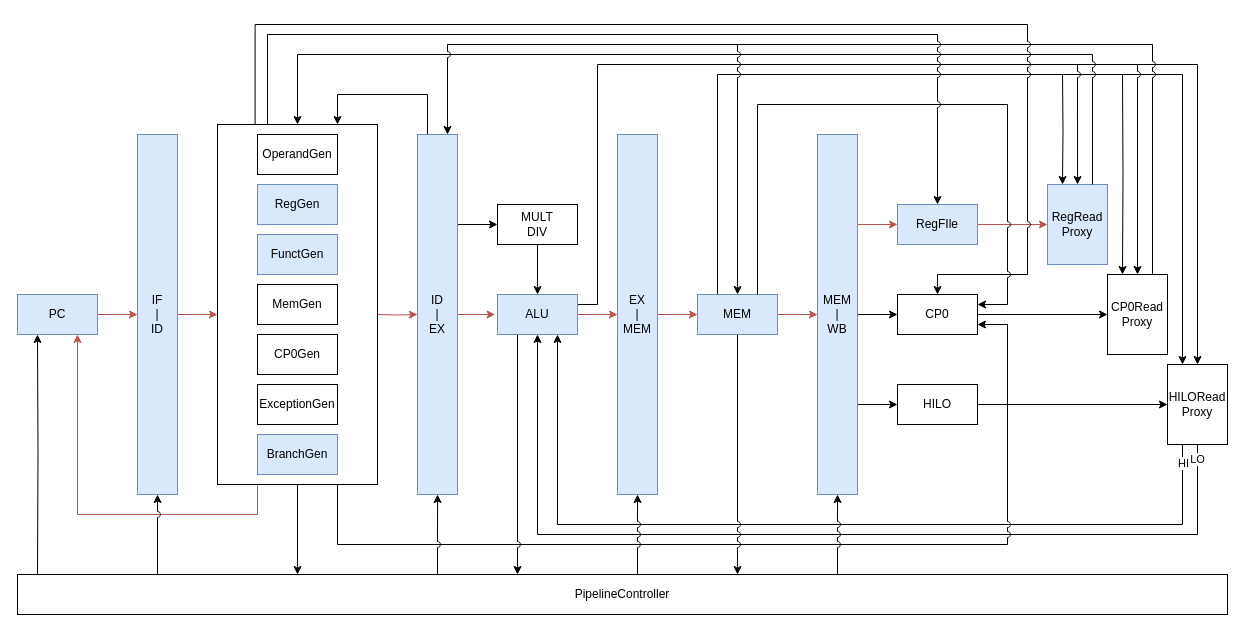
This is CS/ExternMIPS/分支跳转指令/J.drawio from umiskky/Diagrams, a draw.io file, before an edit. Source tidied: cells renumbered, new cells numbered last; positions are measured from the earlier drawing's top-left corner, leaving out a move shared by most shapes. Both pictures are drawn from the tidied source at 100%, with x=0, y=0 at pixel (17, 24).
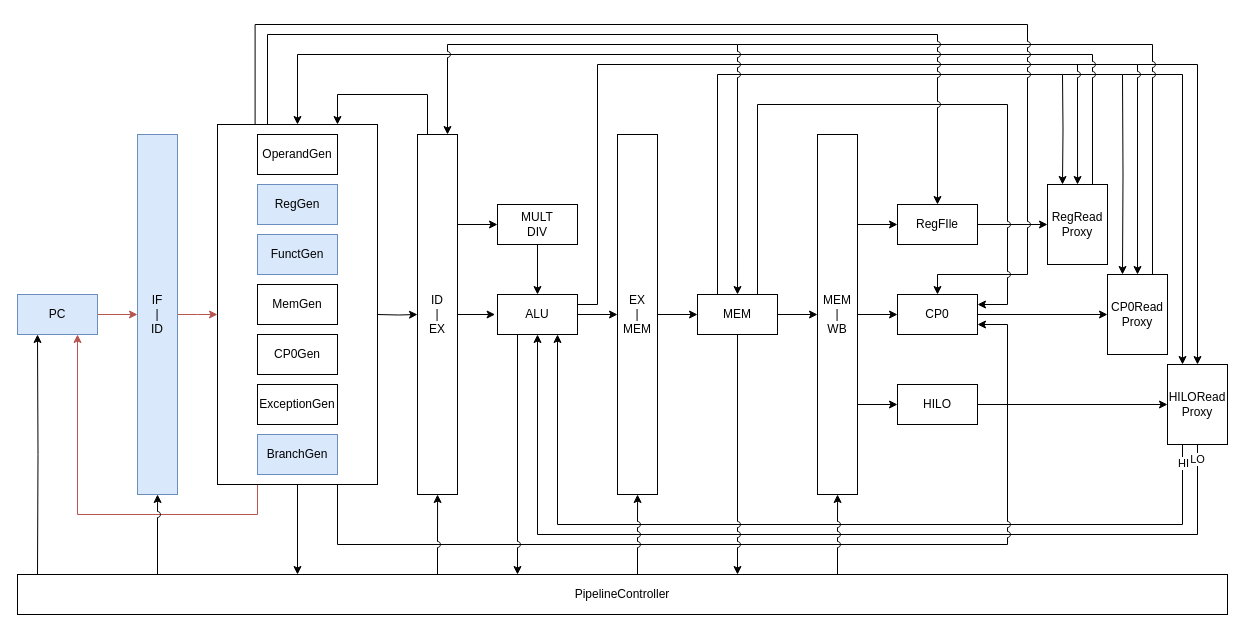
After the change.

Change to the diagram source:
```diff
@@
-    <mxCell id="22" style="edgeStyle=orthogonalEdgeStyle;rounded=0;jettySize=auto;html=1;exitX=1;exitY=0.5;exitDx=0;exitDy=0;entryX=-0.03;entryY=0.482;entryDx=0;entryDy=0;entryPerimeter=0;fillColor=#f8cecc;strokeColor=#b85450;" parent="1" edge="1" source="25" target="40">
+    <mxCell id="22" style="edgeStyle=orthogonalEdgeStyle;rounded=0;jettySize=auto;html=1;exitX=1;exitY=0.5;exitDx=0;exitDy=0;entryX=-0.03;entryY=0.482;entryDx=0;entryDy=0;entryPerimeter=0;" parent="1" edge="1" source="25" target="40">
       <mxGeometry relative="1" as="geometry" />
     </mxCell>
@@
-    <mxCell id="25" value="ID&lt;br&gt;|&lt;br&gt;EX" style="rounded=0;whiteSpace=wrap;html=1;fillColor=#dae8fc;strokeColor=#6c8ebf;" parent="1" vertex="1">
+    <mxCell id="25" value="ID&lt;br&gt;|&lt;br&gt;EX" style="rounded=0;whiteSpace=wrap;html=1;" parent="1" vertex="1">
       <mxGeometry x="400" y="110" width="40" height="360" as="geometry" />
     </mxCell>
-    <mxCell id="26" style="edgeStyle=orthogonalEdgeStyle;rounded=0;jettySize=auto;html=1;exitX=1;exitY=0.5;exitDx=0;exitDy=0;entryX=0;entryY=0.5;entryDx=0;entryDy=0;fillColor=#f8cecc;strokeColor=#b85450;" parent="1" edge="1" source="28" target="43">
+    <mxCell id="26" style="edgeStyle=orthogonalEdgeStyle;rounded=0;jettySize=auto;html=1;exitX=1;exitY=0.5;exitDx=0;exitDy=0;entryX=0;entryY=0.5;entryDx=0;entryDy=0;" parent="1" edge="1" source="28" target="43">
       <mxGeometry relative="1" as="geometry" />
     </mxCell>
@@
-    <mxCell id="28" value="EX&lt;br&gt;|&lt;br&gt;MEM" style="rounded=0;whiteSpace=wrap;html=1;fillColor=#dae8fc;strokeColor=#6c8ebf;" parent="1" vertex="1">
+    <mxCell id="28" value="EX&lt;br&gt;|&lt;br&gt;MEM" style="rounded=0;whiteSpace=wrap;html=1;" parent="1" vertex="1">
       <mxGeometry x="600" y="110" width="40" height="360" as="geometry" />
     </mxCell>
@@
-    <mxCell id="30" style="edgeStyle=orthogonalEdgeStyle;rounded=0;jettySize=auto;html=1;exitX=1;exitY=0.25;exitDx=0;exitDy=0;entryX=0;entryY=0.5;entryDx=0;entryDy=0;fillColor=#f8cecc;strokeColor=#b85450;" parent="1" edge="1" source="33" target="45">
+    <mxCell id="30" style="edgeStyle=orthogonalEdgeStyle;rounded=0;jettySize=auto;html=1;exitX=1;exitY=0.25;exitDx=0;exitDy=0;entryX=0;entryY=0.5;entryDx=0;entryDy=0;" parent="1" edge="1" source="33" target="45">
       <mxGeometry relative="1" as="geometry" />
     </mxCell>
@@
-    <mxCell id="33" value="MEM&lt;br&gt;|&lt;br&gt;WB" style="rounded=0;whiteSpace=wrap;html=1;fillColor=#dae8fc;strokeColor=#6c8ebf;" parent="1" vertex="1">
+    <mxCell id="33" value="MEM&lt;br&gt;|&lt;br&gt;WB" style="rounded=0;whiteSpace=wrap;html=1;" parent="1" vertex="1">
       <mxGeometry x="800" y="110" width="40" height="360" as="geometry" />
     </mxCell>
-    <mxCell id="34" style="edgeStyle=orthogonalEdgeStyle;rounded=0;jettySize=auto;html=1;exitX=1;exitY=0.5;exitDx=0;exitDy=0;entryX=0;entryY=0.5;entryDx=0;entryDy=0;fillColor=#f8cecc;strokeColor=#b85450;" parent="1" edge="1" target="25">
+    <mxCell id="34" style="edgeStyle=orthogonalEdgeStyle;rounded=0;jettySize=auto;html=1;exitX=1;exitY=0.5;exitDx=0;exitDy=0;entryX=0;entryY=0.5;entryDx=0;entryDy=0;" parent="1" edge="1" target="25">
       <mxGeometry relative="1" as="geometry">
         <mxPoint x="360" y="290" as="sourcePoint" />
       </mxGeometry>
     </mxCell>
@@
-    <mxCell id="38" style="edgeStyle=orthogonalEdgeStyle;rounded=0;jettySize=auto;html=1;exitX=1;exitY=0.5;exitDx=0;exitDy=0;entryX=0;entryY=0.5;entryDx=0;entryDy=0;fillColor=#f8cecc;strokeColor=#b85450;" parent="1" edge="1" source="40" target="28">
+    <mxCell id="38" style="edgeStyle=orthogonalEdgeStyle;rounded=0;jettySize=auto;html=1;exitX=1;exitY=0.5;exitDx=0;exitDy=0;entryX=0;entryY=0.5;entryDx=0;entryDy=0;" parent="1" edge="1" source="40" target="28">
       <mxGeometry relative="1" as="geometry" />
     </mxCell>
@@
-    <mxCell id="40" value="ALU" style="rounded=0;whiteSpace=wrap;html=1;fillColor=#dae8fc;strokeColor=#6c8ebf;" parent="1" vertex="1">
+    <mxCell id="40" value="ALU" style="rounded=0;whiteSpace=wrap;html=1;" parent="1" vertex="1">
       <mxGeometry x="480" y="270" width="80" height="40" as="geometry" />
     </mxCell>
-    <mxCell id="41" style="edgeStyle=orthogonalEdgeStyle;rounded=0;jettySize=auto;html=1;exitX=1;exitY=0.5;exitDx=0;exitDy=0;entryX=0;entryY=0.5;entryDx=0;entryDy=0;fillColor=#f8cecc;strokeColor=#b85450;" parent="1" edge="1" source="43" target="33">
+    <mxCell id="41" style="edgeStyle=orthogonalEdgeStyle;rounded=0;jettySize=auto;html=1;exitX=1;exitY=0.5;exitDx=0;exitDy=0;entryX=0;entryY=0.5;entryDx=0;entryDy=0;" parent="1" edge="1" source="43" target="33">
       <mxGeometry relative="1" as="geometry" />
     </mxCell>
@@
-    <mxCell id="43" value="MEM" style="rounded=0;whiteSpace=wrap;html=1;fillColor=#dae8fc;strokeColor=#6c8ebf;" parent="1" vertex="1">
+    <mxCell id="43" value="MEM" style="rounded=0;whiteSpace=wrap;html=1;" parent="1" vertex="1">
       <mxGeometry x="680" y="270" width="80" height="40" as="geometry" />
     </mxCell>
-    <mxCell id="44" style="edgeStyle=orthogonalEdgeStyle;rounded=0;jettySize=auto;html=1;exitX=1;exitY=0.5;exitDx=0;exitDy=0;entryX=0;entryY=0.5;entryDx=0;entryDy=0;fillColor=#f8cecc;strokeColor=#b85450;" parent="1" edge="1" source="45" target="51">
+    <mxCell id="44" style="edgeStyle=orthogonalEdgeStyle;rounded=0;jettySize=auto;html=1;exitX=1;exitY=0.5;exitDx=0;exitDy=0;entryX=0;entryY=0.5;entryDx=0;entryDy=0;" parent="1" edge="1" source="45" target="51">
       <mxGeometry relative="1" as="geometry" />
     </mxCell>
-    <mxCell id="45" value="RegFIle" style="rounded=0;whiteSpace=wrap;html=1;fillColor=#dae8fc;strokeColor=#6c8ebf;" parent="1" vertex="1">
+    <mxCell id="45" value="RegFIle" style="rounded=0;whiteSpace=wrap;html=1;" parent="1" vertex="1">
       <mxGeometry x="880" y="180" width="80" height="40" as="geometry" />
     </mxCell>
@@
-    <mxCell id="51" value="RegRead&lt;br&gt;Proxy" style="rounded=0;whiteSpace=wrap;html=1;fillColor=#dae8fc;strokeColor=#6c8ebf;" parent="1" vertex="1">
+    <mxCell id="51" value="RegRead&lt;br&gt;Proxy" style="rounded=0;whiteSpace=wrap;html=1;" parent="1" vertex="1">
       <mxGeometry x="1030" y="160" width="60" height="80" as="geometry" />
     </mxCell>
```
